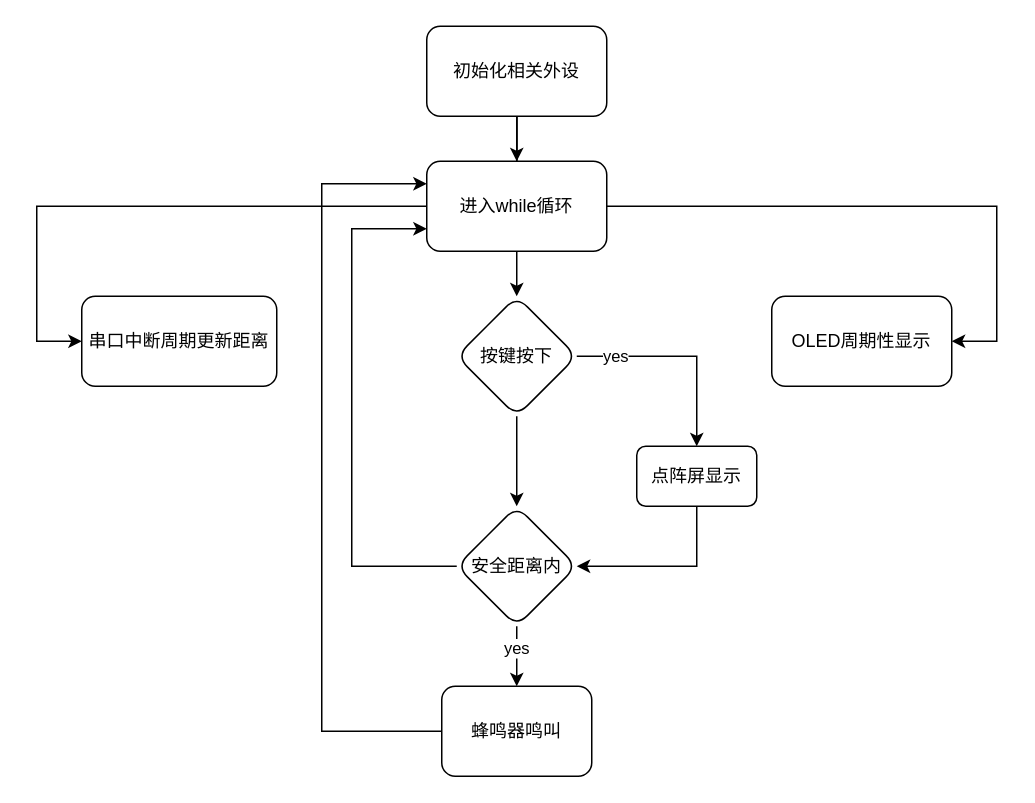
Above: 未命名绘图.drawio in x-dl/aaa (draw.io), before the change. Source tidied: cells renumbered, new cells numbered last; positions are measured from the earlier drawing's top-left corner, leaving out a move shared by most shapes. Both pictures are drawn from the tidied source at 150%, with x=0, y=0 at pixel (36, 26).
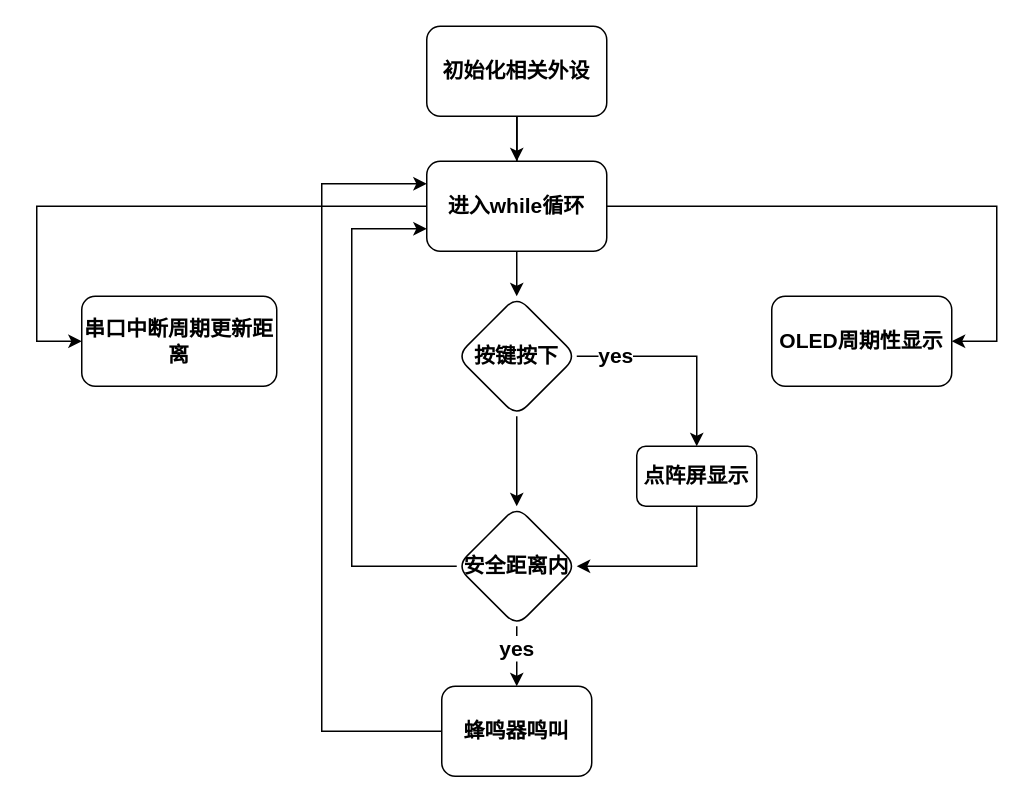
The same page after the edit.

Commit message (it also covers changes not shown here):
更新未命名绘图.drawio

Diff of the diagram source:
```diff
@@
-    <mxCell id="2" style="edgeStyle=orthogonalEdgeStyle;rounded=0;jettySize=auto;html=1;" parent="1" edge="1" source="5" target="7">
+    <mxCell id="2" style="edgeStyle=orthogonalEdgeStyle;rounded=0;jettySize=auto;html=1;fontSize=14;fontStyle=1;" parent="1" edge="1" source="5" target="7">
       <mxGeometry relative="1" as="geometry" />
     </mxCell>
-    <mxCell id="3" style="edgeStyle=orthogonalEdgeStyle;rounded=0;jettySize=auto;html=1;" parent="1" edge="1" source="5" target="18">
+    <mxCell id="3" style="edgeStyle=orthogonalEdgeStyle;rounded=0;jettySize=auto;html=1;fontSize=14;fontStyle=1;" parent="1" edge="1" source="5" target="18">
       <mxGeometry relative="1" as="geometry">
         <Array as="points">
           <mxPoint x="320" y="120" />
           <mxPoint x="640" y="120" />
         </Array>
       </mxGeometry>
     </mxCell>
-    <mxCell id="4" style="edgeStyle=orthogonalEdgeStyle;rounded=0;jettySize=auto;html=1;" parent="1" edge="1" source="5" target="19">
+    <mxCell id="4" style="edgeStyle=orthogonalEdgeStyle;rounded=0;jettySize=auto;html=1;fontSize=14;fontStyle=1;" parent="1" edge="1" source="5" target="19">
       <mxGeometry relative="1" as="geometry">
         <Array as="points">
           <mxPoint x="320" y="120" />
           <mxPoint y="120" />
           <mxPoint y="210" />
         </Array>
       </mxGeometry>
     </mxCell>
-    <mxCell id="5" value="初始化相关外设" style="rounded=1;whiteSpace=wrap;html=1;" parent="1" vertex="1">
+    <mxCell id="5" value="初始化相关外设" style="rounded=1;whiteSpace=wrap;html=1;fontSize=14;fontStyle=1;" parent="1" vertex="1">
       <mxGeometry x="260" width="120" height="60" as="geometry" />
     </mxCell>
-    <mxCell id="6" style="edgeStyle=orthogonalEdgeStyle;rounded=0;jettySize=auto;html=1;" parent="1" edge="1" source="7" target="11">
+    <mxCell id="6" style="edgeStyle=orthogonalEdgeStyle;rounded=0;jettySize=auto;html=1;fontSize=14;fontStyle=1;" parent="1" edge="1" source="7" target="11">
       <mxGeometry relative="1" as="geometry" />
     </mxCell>
-    <mxCell id="7" value="进入while循环" style="whiteSpace=wrap;html=1;rounded=1;" parent="1" vertex="1">
+    <mxCell id="7" value="进入while循环" style="whiteSpace=wrap;html=1;rounded=1;fontSize=14;fontStyle=1;" parent="1" vertex="1">
       <mxGeometry x="260" y="90" width="120" height="60" as="geometry" />
     </mxCell>
-    <mxCell id="8" style="edgeStyle=orthogonalEdgeStyle;rounded=0;jettySize=auto;html=1;" parent="1" edge="1" source="11" target="13">
+    <mxCell id="8" style="edgeStyle=orthogonalEdgeStyle;rounded=0;jettySize=auto;html=1;fontSize=14;fontStyle=1;" parent="1" edge="1" source="11" target="13">
       <mxGeometry relative="1" as="geometry" />
     </mxCell>
-    <mxCell id="9" value="yes" style="edgeLabel;html=1;align=center;verticalAlign=middle;" parent="8" vertex="1">
+    <mxCell id="9" value="yes" style="edgeLabel;html=1;align=center;verticalAlign=middle;fontSize=14;fontStyle=1;" parent="8" vertex="1">
       <mxGeometry x="-0.65" y="1" relative="1" as="geometry" />
     </mxCell>
-    <mxCell id="10" style="edgeStyle=orthogonalEdgeStyle;rounded=0;jettySize=auto;html=1;exitX=0.5;exitY=1;exitDx=0;exitDy=0;" parent="1" edge="1" source="11" target="17">
+    <mxCell id="10" style="edgeStyle=orthogonalEdgeStyle;rounded=0;jettySize=auto;html=1;exitX=0.5;exitY=1;exitDx=0;exitDy=0;fontSize=14;fontStyle=1;" parent="1" edge="1" source="11" target="17">
       <mxGeometry relative="1" as="geometry" />
     </mxCell>
-    <mxCell id="11" value="按键按下" style="rhombus;whiteSpace=wrap;html=1;rounded=1;" parent="1" vertex="1">
+    <mxCell id="11" value="按键按下" style="rhombus;whiteSpace=wrap;html=1;rounded=1;fontSize=14;fontStyle=1;" parent="1" vertex="1">
       <mxGeometry x="280" y="180" width="80" height="80" as="geometry" />
     </mxCell>
-    <mxCell id="12" style="edgeStyle=orthogonalEdgeStyle;rounded=0;jettySize=auto;html=1;exitX=0.5;exitY=1;exitDx=0;exitDy=0;entryX=1;entryY=0.5;entryDx=0;entryDy=0;" parent="1" edge="1" source="13" target="17">
+    <mxCell id="12" style="edgeStyle=orthogonalEdgeStyle;rounded=0;jettySize=auto;html=1;exitX=0.5;exitY=1;exitDx=0;exitDy=0;entryX=1;entryY=0.5;entryDx=0;entryDy=0;fontSize=14;fontStyle=1;" parent="1" edge="1" source="13" target="17">
       <mxGeometry relative="1" as="geometry" />
     </mxCell>
-    <mxCell id="13" value="点阵屏显示" style="whiteSpace=wrap;html=1;rounded=1;" parent="1" vertex="1">
+    <mxCell id="13" value="点阵屏显示" style="whiteSpace=wrap;html=1;rounded=1;fontSize=14;fontStyle=1;" parent="1" vertex="1">
       <mxGeometry x="400" y="280" width="80" height="40" as="geometry" />
     </mxCell>
-    <mxCell id="14" style="edgeStyle=orthogonalEdgeStyle;rounded=0;jettySize=auto;html=1;" parent="1" edge="1" source="17" target="21">
+    <mxCell id="14" style="edgeStyle=orthogonalEdgeStyle;rounded=0;jettySize=auto;html=1;fontSize=14;fontStyle=1;" parent="1" edge="1" source="17" target="21">
       <mxGeometry relative="1" as="geometry" />
     </mxCell>
-    <mxCell id="15" value="yes" style="edgeLabel;html=1;align=center;verticalAlign=middle;" parent="14" vertex="1">
+    <mxCell id="15" value="yes" style="edgeLabel;html=1;align=center;verticalAlign=middle;fontSize=14;fontStyle=1;" parent="14" vertex="1">
       <mxGeometry x="-0.31" y="-1" relative="1" as="geometry" />
     </mxCell>
-    <mxCell id="16" style="edgeStyle=orthogonalEdgeStyle;rounded=0;jettySize=auto;html=1;exitX=0;exitY=0.5;exitDx=0;exitDy=0;entryX=0;entryY=0.75;entryDx=0;entryDy=0;" parent="1" edge="1" source="17" target="7">
+    <mxCell id="16" style="edgeStyle=orthogonalEdgeStyle;rounded=0;jettySize=auto;html=1;exitX=0;exitY=0.5;exitDx=0;exitDy=0;entryX=0;entryY=0.75;entryDx=0;entryDy=0;fontSize=14;fontStyle=1;" parent="1" edge="1" source="17" target="7">
       <mxGeometry relative="1" as="geometry">
         <Array as="points">
           <mxPoint x="210" y="360" />
           <mxPoint x="210" y="135" />
         </Array>
       </mxGeometry>
     </mxCell>
-    <mxCell id="17" value="安全距离内" style="rhombus;whiteSpace=wrap;html=1;rounded=1;" parent="1" vertex="1">
+    <mxCell id="17" value="安全距离内" style="rhombus;whiteSpace=wrap;html=1;rounded=1;fontSize=14;fontStyle=1;" parent="1" vertex="1">
       <mxGeometry x="280" y="320" width="80" height="80" as="geometry" />
     </mxCell>
-    <mxCell id="18" value="OLED周期性显示" style="rounded=1;whiteSpace=wrap;html=1;" parent="1" vertex="1">
+    <mxCell id="18" value="OLED周期性显示" style="rounded=1;whiteSpace=wrap;html=1;fontSize=14;fontStyle=1;" parent="1" vertex="1">
       <mxGeometry x="490" y="180" width="120" height="60" as="geometry" />
     </mxCell>
-    <mxCell id="19" value="串口中断周期更新距离" style="rounded=1;whiteSpace=wrap;html=1;" parent="1" vertex="1">
+    <mxCell id="19" value="串口中断周期更新距离" style="rounded=1;whiteSpace=wrap;html=1;fontSize=14;fontStyle=1;" parent="1" vertex="1">
       <mxGeometry x="30" y="180" width="130" height="60" as="geometry" />
     </mxCell>
-    <mxCell id="20" style="edgeStyle=orthogonalEdgeStyle;rounded=0;jettySize=auto;html=1;exitX=0;exitY=0.5;exitDx=0;exitDy=0;entryX=0;entryY=0.25;entryDx=0;entryDy=0;" parent="1" edge="1" source="21" target="7">
+    <mxCell id="20" style="edgeStyle=orthogonalEdgeStyle;rounded=0;jettySize=auto;html=1;exitX=0;exitY=0.5;exitDx=0;exitDy=0;entryX=0;entryY=0.25;entryDx=0;entryDy=0;fontSize=14;fontStyle=1;" parent="1" edge="1" source="21" target="7">
       <mxGeometry relative="1" as="geometry">
         <Array as="points">
           <mxPoint x="190" y="470" />
           <mxPoint x="190" y="105" />
         </Array>
       </mxGeometry>
     </mxCell>
-    <mxCell id="21" value="蜂鸣器鸣叫" style="whiteSpace=wrap;html=1;rounded=1;" parent="1" vertex="1">
+    <mxCell id="21" value="蜂鸣器鸣叫" style="whiteSpace=wrap;html=1;rounded=1;fontSize=14;fontStyle=1;" parent="1" vertex="1">
       <mxGeometry x="270" y="440" width="100" height="60" as="geometry" />
     </mxCell>
```
